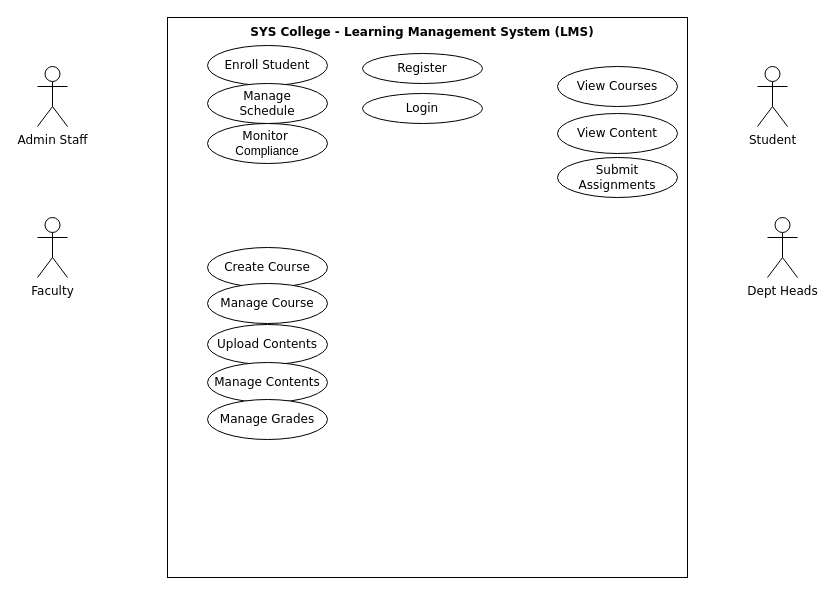
Earlier version of the draw.io diagram 02 - LMS-SysCollege/02 - Diagrams/Use Case Diagram.drawio (ZohaibWaqarMalik/Technical-Business-Analyst-Projects). Source tidied: cells renumbered, new cells numbered last; positions are measured from the earlier drawing's top-left corner, leaving out a move shared by most shapes. Both pictures are drawn from the tidied source at 100%, with x=0, y=0 at pixel (37, 17).
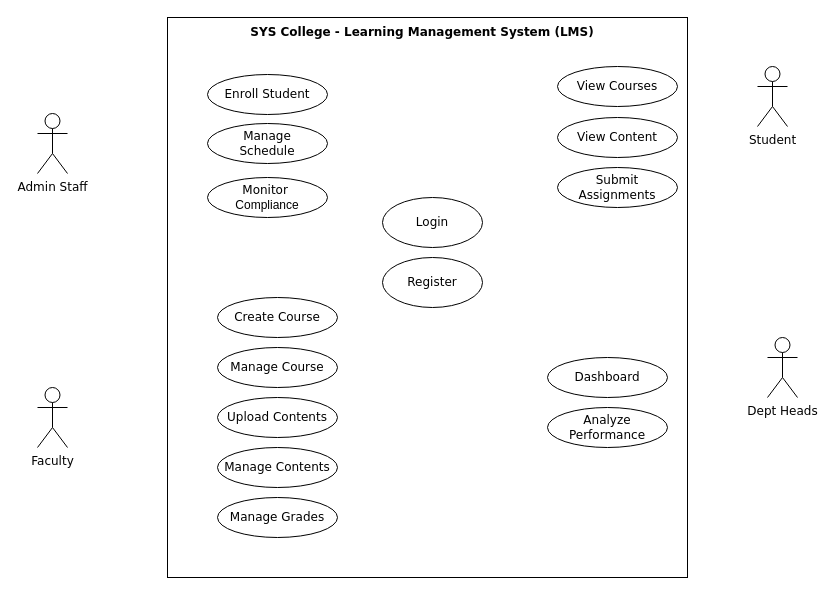
Above is the later version.

Commit message (it also covers changes not shown here):
Update Use Case Diagram

Add Associations for all internal actors

Diff of the diagram source:
```diff
@@
     <mxCell id="3" value="&lt;font face=&quot;Verdana&quot;&gt;Admin Staff&lt;/font&gt;" style="shape=umlActor;verticalLabelPosition=bottom;verticalAlign=top;html=1;" parent="1" vertex="1">
-      <mxGeometry y="49" width="30" height="60" as="geometry" />
+      <mxGeometry y="96" width="30" height="60" as="geometry" />
     </mxCell>
     <mxCell id="4" value="&lt;font face=&quot;Verdana&quot;&gt;Faculty&lt;/font&gt;" style="shape=umlActor;verticalLabelPosition=bottom;verticalAlign=top;html=1;" parent="1" vertex="1">
-      <mxGeometry y="200" width="30" height="60" as="geometry" />
+      <mxGeometry y="370" width="30" height="60" as="geometry" />
     </mxCell>
@@
     <mxCell id="6" value="&lt;font face=&quot;Verdana&quot;&gt;Dept Heads&lt;/font&gt;" style="shape=umlActor;verticalLabelPosition=bottom;verticalAlign=top;html=1;" parent="1" vertex="1">
-      <mxGeometry x="730" y="200" width="30" height="60" as="geometry" />
+      <mxGeometry x="730" y="320" width="30" height="60" as="geometry" />
     </mxCell>
     <mxCell id="7" value="&lt;font face=&quot;Verdana&quot;&gt;Enroll Student&lt;/font&gt;" style="ellipse;whiteSpace=wrap;html=1;" parent="1" vertex="1">
-      <mxGeometry x="170" y="28" width="120" height="40" as="geometry" />
+      <mxGeometry x="170" y="57" width="120" height="40" as="geometry" />
     </mxCell>
     <mxCell id="8" value="&lt;font face=&quot;Verdana&quot;&gt;Manage&lt;/font&gt;&lt;div&gt;&lt;font face=&quot;Verdana&quot;&gt;Schedule&lt;/font&gt;&lt;/div&gt;" style="ellipse;whiteSpace=wrap;html=1;" parent="1" vertex="1">
-      <mxGeometry x="170" y="66" width="120" height="40" as="geometry" />
+      <mxGeometry x="170" y="106" width="120" height="40" as="geometry" />
     </mxCell>
     <mxCell id="9" value="&lt;font face=&quot;Verdana&quot;&gt;Monitor&amp;nbsp;&lt;/font&gt;&lt;div&gt;&lt;span style=&quot;background-color: transparent; color: light-dark(rgb(0, 0, 0), rgb(255, 255, 255));&quot;&gt;Compliance&lt;/span&gt;&lt;/div&gt;" style="ellipse;whiteSpace=wrap;html=1;" parent="1" vertex="1">
-      <mxGeometry x="170" y="106" width="120" height="40" as="geometry" />
+      <mxGeometry x="170" y="160" width="120" height="40" as="geometry" />
     </mxCell>
     <mxCell id="10" value="&lt;font face=&quot;Verdana&quot;&gt;Create Course&lt;/font&gt;" style="ellipse;whiteSpace=wrap;html=1;" parent="1" vertex="1">
-      <mxGeometry x="170" y="230" width="120" height="40" as="geometry" />
+      <mxGeometry x="180" y="280" width="120" height="40" as="geometry" />
     </mxCell>
     <mxCell id="11" value="&lt;font face=&quot;Verdana&quot;&gt;Manage Course&lt;/font&gt;" style="ellipse;whiteSpace=wrap;html=1;" parent="1" vertex="1">
-      <mxGeometry x="170" y="266" width="120" height="40" as="geometry" />
+      <mxGeometry x="180" y="330" width="120" height="40" as="geometry" />
     </mxCell>
     <mxCell id="12" value="&lt;font face=&quot;Verdana&quot;&gt;Upload Contents&lt;/font&gt;" style="ellipse;whiteSpace=wrap;html=1;" parent="1" vertex="1">
-      <mxGeometry x="170" y="307" width="120" height="40" as="geometry" />
+      <mxGeometry x="180" y="380" width="120" height="40" as="geometry" />
     </mxCell>
     <mxCell id="13" value="&lt;font face=&quot;Verdana&quot;&gt;Manage Contents&lt;/font&gt;" style="ellipse;whiteSpace=wrap;html=1;" parent="1" vertex="1">
-      <mxGeometry x="170" y="345" width="120" height="40" as="geometry" />
+      <mxGeometry x="180" y="430" width="120" height="40" as="geometry" />
     </mxCell>
     <mxCell id="14" value="&lt;font face=&quot;Verdana&quot;&gt;Manage Grades&lt;/font&gt;" style="ellipse;whiteSpace=wrap;html=1;" parent="1" vertex="1">
-      <mxGeometry x="170" y="382" width="120" height="40" as="geometry" />
+      <mxGeometry x="180" y="480" width="120" height="40" as="geometry" />
     </mxCell>
     <mxCell id="15" value="&lt;font face=&quot;Verdana&quot;&gt;Register&lt;/font&gt;" style="ellipse;whiteSpace=wrap;html=1;" parent="1" vertex="1">
-      <mxGeometry x="325" y="36" width="120" height="30" as="geometry" />
+      <mxGeometry x="345" y="240" width="100" height="50" as="geometry" />
     </mxCell>
     <mxCell id="16" value="&lt;font face=&quot;Verdana&quot;&gt;Login&lt;/font&gt;" style="ellipse;whiteSpace=wrap;html=1;" parent="1" vertex="1">
-      <mxGeometry x="325" y="76" width="120" height="30" as="geometry" />
+      <mxGeometry x="345" y="180" width="100" height="50" as="geometry" />
     </mxCell>
@@
     <mxCell id="18" value="&lt;font face=&quot;Verdana&quot;&gt;View Content&lt;/font&gt;" style="ellipse;whiteSpace=wrap;html=1;" parent="1" vertex="1">
-      <mxGeometry x="520" y="96" width="120" height="40" as="geometry" />
+      <mxGeometry x="520" y="100" width="120" height="40" as="geometry" />
     </mxCell>
     <mxCell id="19" value="&lt;font face=&quot;Verdana&quot;&gt;Submit Assignments&lt;/font&gt;" style="ellipse;whiteSpace=wrap;html=1;" parent="1" vertex="1">
-      <mxGeometry x="520" y="140" width="120" height="40" as="geometry" />
+      <mxGeometry x="520" y="150" width="120" height="40" as="geometry" />
     </mxCell>
@@
+    <mxCell id="21" value="&lt;font face=&quot;Verdana&quot;&gt;Dashboard&lt;/font&gt;" style="ellipse;whiteSpace=wrap;html=1;" parent="1" vertex="1">
+      <mxGeometry x="510" y="340" width="120" height="40" as="geometry" />
+    </mxCell>
+    <mxCell id="22" value="&lt;font face=&quot;Verdana&quot;&gt;Analyze Performance&lt;/font&gt;" style="ellipse;whiteSpace=wrap;html=1;" parent="1" vertex="1">
+      <mxGeometry x="510" y="390" width="120" height="40" as="geometry" />
+    </mxCell>
```
